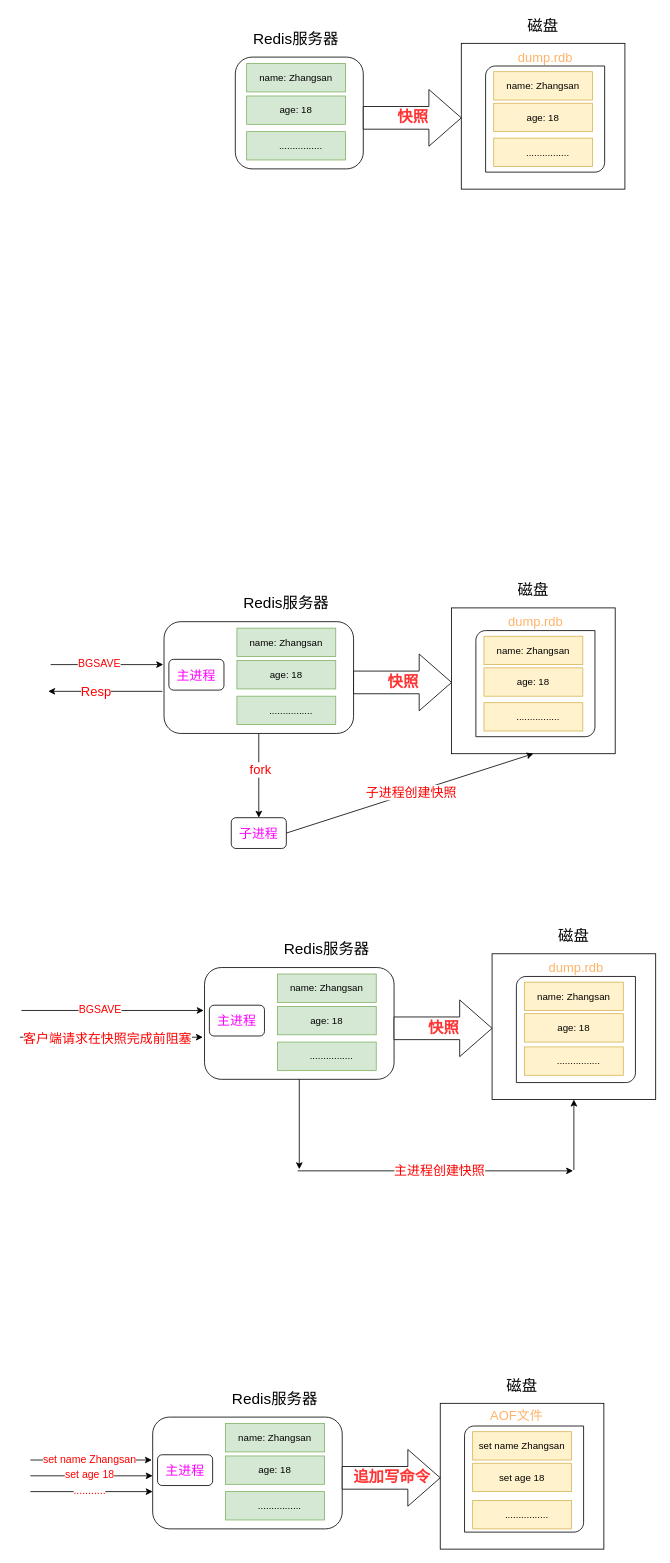
The draw.io diagram images/Redis 基础/Redis.drawio in JianmingS/JianmingS.github.io, before the edit. Source tidied: cells renumbered, new cells numbered last; positions are measured from the earlier drawing's top-left corner, leaving out a move shared by most shapes. Both pictures are drawn from the tidied source at 81%, with x=0, y=0 at pixel (19, 14).
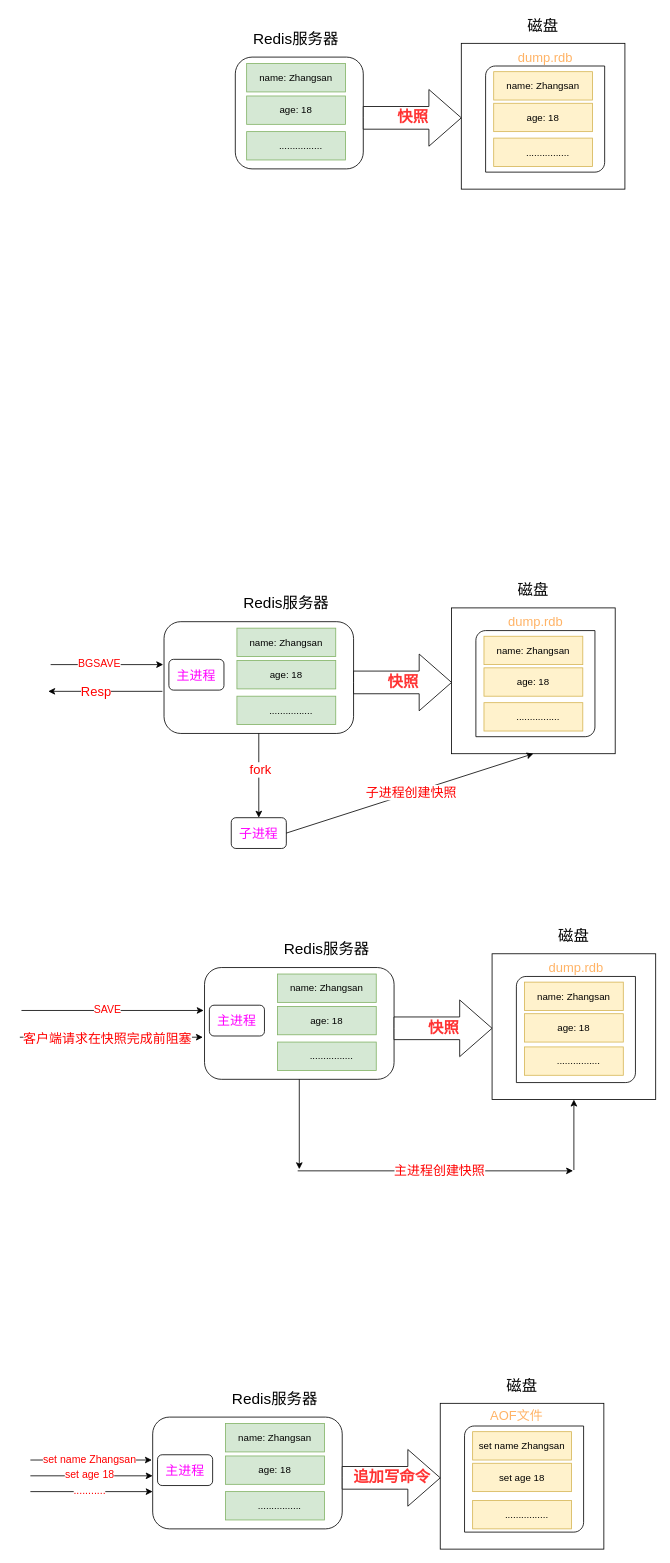
The same diagram, later.

Unchanged cells that the change refers to:
```xml
<mxCell id="36" style="endArrow=classic;html=1;rounded=0;fontSize=16;fontColor=#FFB366;" parent="1" edge="1">
  <mxGeometry relative="1" as="geometry">
    <mxPoint x="2" y="1230" as="sourcePoint" />
    <mxPoint x="227" y="1230" as="targetPoint" />
  </mxGeometry>
</mxCell>
```

What changed in the source:
```diff
@@
-    <mxCell id="37" value="BGSAVE" style="edgeLabel;html=1;align=center;verticalAlign=middle;fontSize=13;fontColor=#FF0000;" parent="36" vertex="1">
-      <mxGeometry x="-0.15" y="3" relative="1" as="geometry" />
+    <mxCell id="37" value="SAVE" style="edgeLabel;html=1;align=center;verticalAlign=middle;fontSize=13;fontColor=#FF0000;" parent="36" vertex="1">
+      <mxGeometry x="-0.15" y="3" relative="1" as="geometry">
+        <mxPoint x="9" as="offset" />
+      </mxGeometry>
     </mxCell>
```
